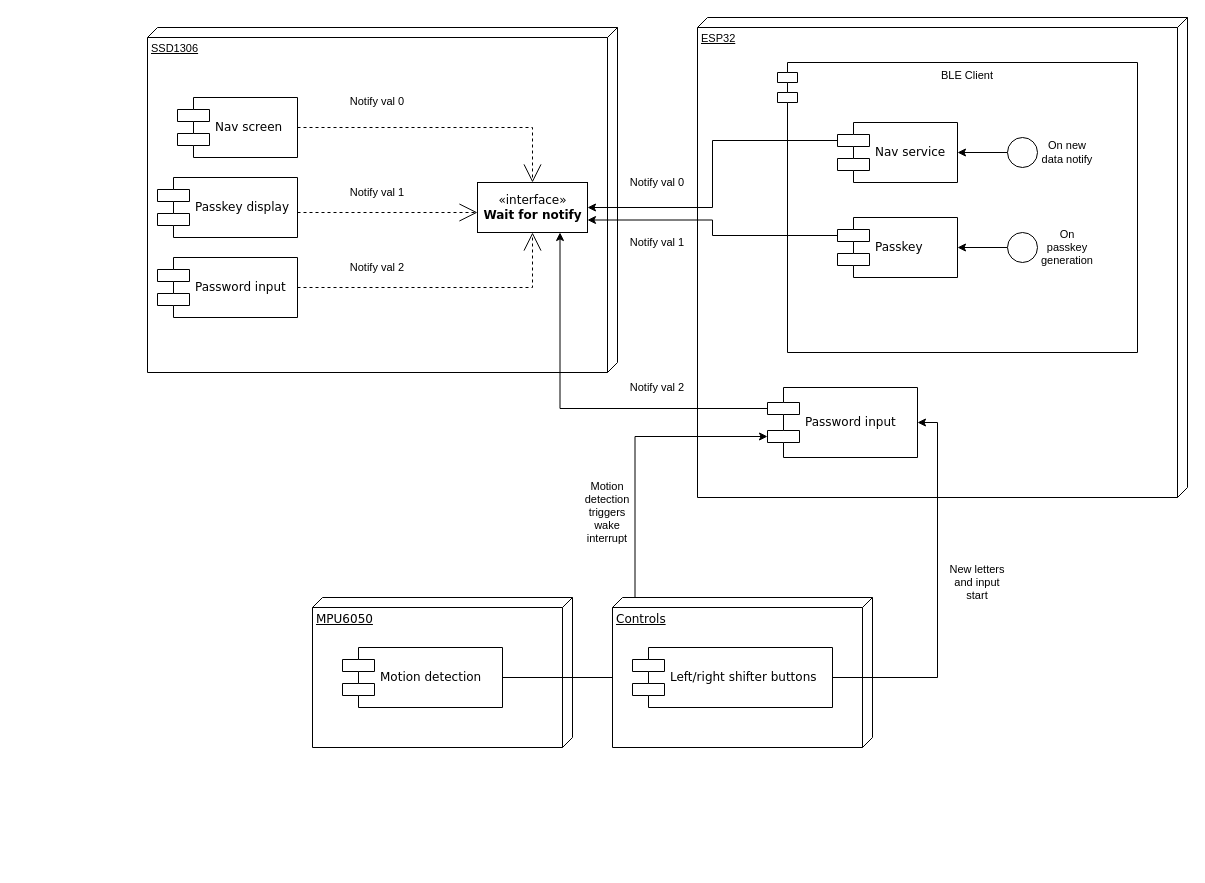
adam2809/bike_navigator_esp_idf keeps this draw.io diagram as res/overview_diagram.drawio. Above is the earlier version. Source tidied: cells renumbered, new cells numbered last; positions are measured from the earlier drawing's top-left corner, leaving out a move shared by most shapes. Both pictures are drawn from the tidied source at 100%, with x=0, y=0 at pixel (147, 17).
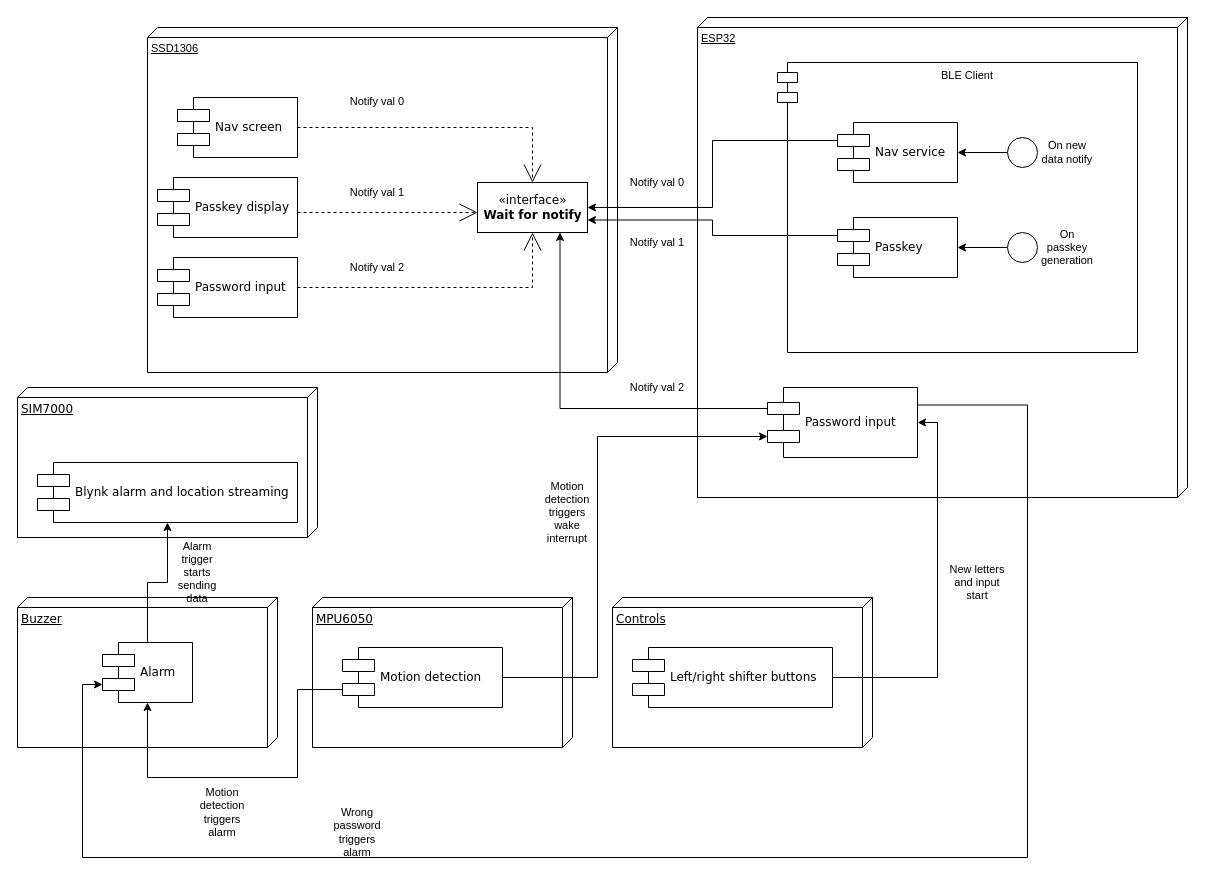
After the change.

Commit message:
Adds blynk module

Unchanged cells that the change refers to:
```xml
<mxCell id="11" value="Motion detection" style="shape=component;align=left;spacingLeft=36;rounded=0;shadow=0;comic=0;labelBackgroundColor=none;strokeWidth=1;fontFamily=Verdana;fontSize=12;html=1;" parent="1" vertex="1">
  <mxGeometry x="195" y="630" width="160" height="60" as="geometry" />
</mxCell>
<mxCell id="34" value="&lt;div&gt;Password input&lt;/div&gt;" style="shape=component;align=left;spacingLeft=36;rounded=0;shadow=0;comic=0;labelBackgroundColor=none;strokeWidth=1;fontFamily=Verdana;fontSize=12;html=1;" parent="1" vertex="1">
  <mxGeometry x="620" y="370" width="150" height="70" as="geometry" />
</mxCell>
```

Change to the diagram source:
```diff
@@
     <mxCell id="10" style="edgeStyle=orthogonalEdgeStyle;shape=connector;rounded=0;jettySize=auto;html=1;exitX=1;exitY=0.5;exitDx=0;exitDy=0;entryX=0;entryY=0.7;entryDx=0;entryDy=0;labelBackgroundColor=default;fontFamily=Helvetica;fontSize=11;fontColor=default;endArrow=classic;strokeColor=default;" parent="1" edge="1" source="11" target="34">
-      <mxGeometry relative="1" as="geometry" />
+      <mxGeometry relative="1" as="geometry">
+        <Array as="points">
+          <mxPoint x="450" y="660" />
+          <mxPoint x="450" y="419" />
+        </Array>
+      </mxGeometry>
     </mxCell>
@@
     <mxCell id="35" value="&lt;div&gt;Motion detection triggers wake interrupt&lt;/div&gt;" style="text;html=1;strokeColor=none;fillColor=none;align=center;verticalAlign=middle;whiteSpace=wrap;rounded=0;fontFamily=Helvetica;fontSize=11;fontColor=default;" parent="1" vertex="1">
-      <mxGeometry x="430" y="480" width="60" height="30" as="geometry" />
+      <mxGeometry x="390" y="480" width="60" height="30" as="geometry" />
     </mxCell>
@@
+    <mxCell id="38" value="Buzzer" style="verticalAlign=top;align=left;spacingTop=8;spacingLeft=2;spacingRight=12;shape=cube;size=10;direction=south;fontStyle=4;html=1;rounded=0;shadow=0;comic=0;labelBackgroundColor=none;strokeWidth=1;fontFamily=Verdana;fontSize=12;" parent="1" vertex="1">
+      <mxGeometry x="-130" y="580" width="260" height="150" as="geometry" />
+    </mxCell>
+    <mxCell id="39" value="Alarm" style="shape=component;align=left;spacingLeft=36;rounded=0;shadow=0;comic=0;labelBackgroundColor=none;strokeWidth=1;fontFamily=Verdana;fontSize=12;html=1;" parent="1" vertex="1">
+      <mxGeometry x="-45" y="625" width="90" height="60" as="geometry" />
+    </mxCell>
+    <mxCell id="40" style="edgeStyle=orthogonalEdgeStyle;shape=connector;rounded=0;jettySize=auto;html=1;exitX=0;exitY=0.7;exitDx=0;exitDy=0;entryX=0.5;entryY=1;entryDx=0;entryDy=0;labelBackgroundColor=default;fontFamily=Helvetica;fontSize=11;fontColor=default;endArrow=classic;strokeColor=default;" parent="1" edge="1" source="11" target="39">
+      <mxGeometry relative="1" as="geometry">
+        <Array as="points">
+          <mxPoint x="150" y="672" />
+          <mxPoint x="150" y="760" />
+          <mxPoint y="760" />
+        </Array>
+      </mxGeometry>
+    </mxCell>
+    <mxCell id="41" value="&lt;div&gt;Motion detection triggers alarm&lt;/div&gt;" style="text;html=1;strokeColor=none;fillColor=none;align=center;verticalAlign=middle;whiteSpace=wrap;rounded=0;fontFamily=Helvetica;fontSize=11;fontColor=default;" parent="1" vertex="1">
+      <mxGeometry x="45" y="780" width="60" height="30" as="geometry" />
+    </mxCell>
+    <mxCell id="42" style="edgeStyle=orthogonalEdgeStyle;shape=connector;rounded=0;jettySize=auto;html=1;exitX=1;exitY=0.25;exitDx=0;exitDy=0;entryX=0;entryY=0.7;entryDx=0;entryDy=0;labelBackgroundColor=default;fontFamily=Helvetica;fontSize=11;fontColor=default;endArrow=classic;strokeColor=default;" parent="1" edge="1" source="34" target="39">
+      <mxGeometry relative="1" as="geometry">
+        <Array as="points">
+          <mxPoint x="880" y="387" />
+          <mxPoint x="880" y="840" />
+          <mxPoint x="-65" y="840" />
+          <mxPoint x="-65" y="667" />
+        </Array>
+      </mxGeometry>
+    </mxCell>
+    <mxCell id="43" value="&lt;div&gt;Wrong password triggers alarm&lt;/div&gt;" style="text;html=1;strokeColor=none;fillColor=none;align=center;verticalAlign=middle;whiteSpace=wrap;rounded=0;fontFamily=Helvetica;fontSize=11;fontColor=default;" parent="1" vertex="1">
+      <mxGeometry x="180" y="800" width="60" height="30" as="geometry" />
+    </mxCell>
+    <mxCell id="44" value="SIM7000" style="verticalAlign=top;align=left;spacingTop=8;spacingLeft=2;spacingRight=12;shape=cube;size=10;direction=south;fontStyle=4;html=1;rounded=0;shadow=0;comic=0;labelBackgroundColor=none;strokeWidth=1;fontFamily=Verdana;fontSize=12;" parent="1" vertex="1">
+      <mxGeometry x="-130" y="370" width="300" height="150" as="geometry" />
+    </mxCell>
+    <mxCell id="45" value="Blynk alarm and location streaming" style="shape=component;align=left;spacingLeft=36;rounded=0;shadow=0;comic=0;labelBackgroundColor=none;strokeWidth=1;fontFamily=Verdana;fontSize=12;html=1;" parent="1" vertex="1">
+      <mxGeometry x="-110" y="445" width="260" height="60" as="geometry" />
+    </mxCell>
+    <mxCell id="46" style="edgeStyle=orthogonalEdgeStyle;shape=connector;rounded=0;jettySize=auto;html=1;exitX=0.5;exitY=0;exitDx=0;exitDy=0;entryX=0.5;entryY=1;entryDx=0;entryDy=0;labelBackgroundColor=default;fontFamily=Helvetica;fontSize=11;fontColor=default;endArrow=classic;strokeColor=default;" parent="1" edge="1" source="39" target="45">
+      <mxGeometry relative="1" as="geometry" />
+    </mxCell>
+    <mxCell id="47" value="Alarm trigger starts sending data" style="text;html=1;strokeColor=none;fillColor=none;align=center;verticalAlign=middle;whiteSpace=wrap;rounded=0;fontFamily=Helvetica;fontSize=11;fontColor=default;" parent="1" vertex="1">
+      <mxGeometry x="20" y="540" width="60" height="30" as="geometry" />
+    </mxCell>
```
